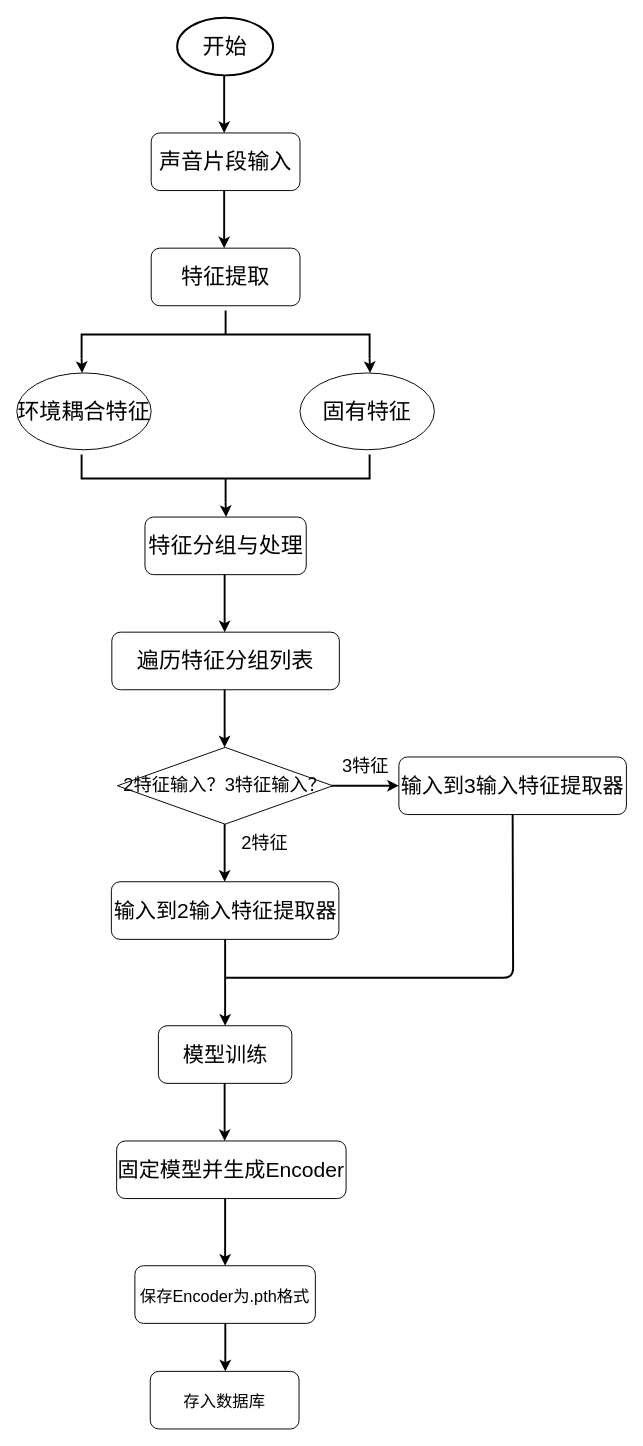
Earlier version of the draw.io diagram page "特征提取器流程图" (2 of 2) of 水下目标提取标书/流程图.drawio (Corner430/drawio). Source tidied: cells renumbered, new cells numbered last; positions are measured from the earlier drawing's top-left corner, leaving out a move shared by most shapes. Both pictures are drawn from the tidied source at 96%, with x=0, y=0 at pixel (16, 17).
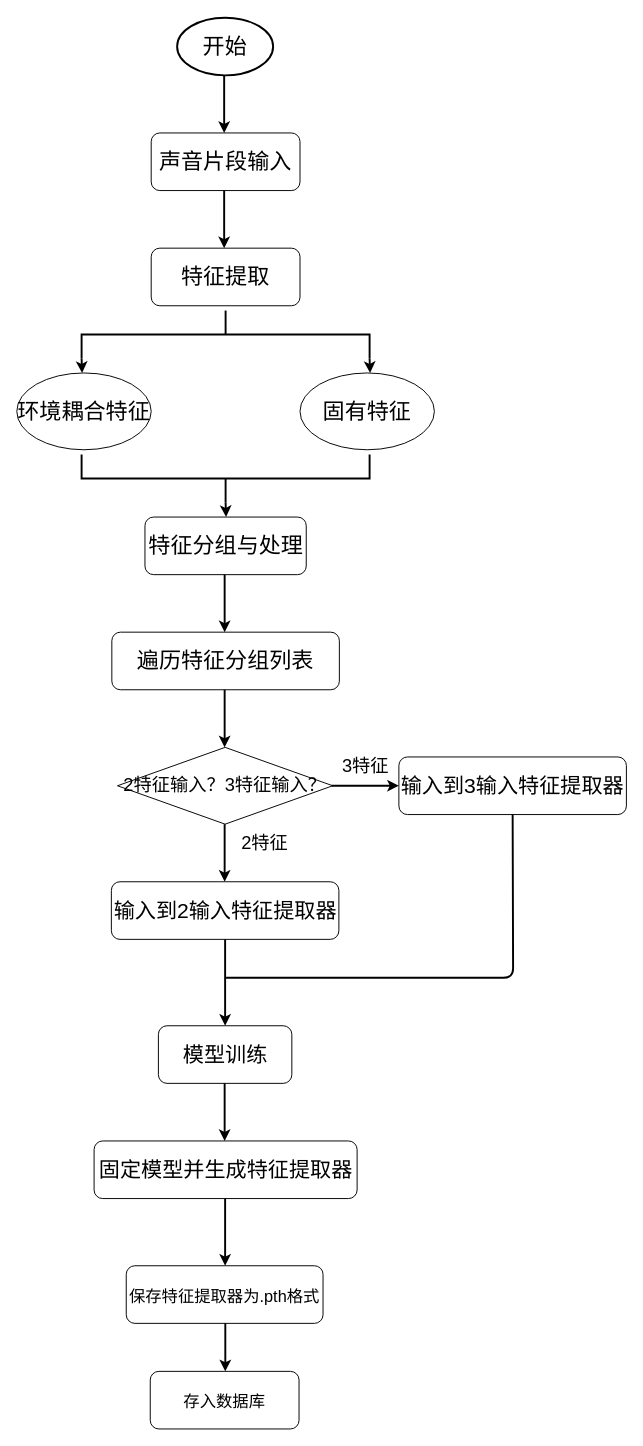
The same page after the edit.

What changed in the source:
```diff
@@
-    <mxCell id="15" value="&lt;font style=&quot;font-size: 17px;&quot;&gt;保存Encoder为.pth格式&lt;/font&gt;" style="rounded=1;whiteSpace=wrap;html=1;fontSize=23;" parent="1" vertex="1">
-      <mxGeometry x="123" y="1300" width="188" height="60" as="geometry" />
+    <mxCell id="15" value="&lt;font style=&quot;font-size: 17px;&quot;&gt;保存特征提取器为.pth格式&lt;/font&gt;" style="rounded=1;whiteSpace=wrap;html=1;fontSize=23;" parent="1" vertex="1">
+      <mxGeometry x="114" y="1300" width="205" height="60" as="geometry" />
     </mxCell>
@@
-    <mxCell id="32" value="&lt;font style=&quot;font-size: 22px;&quot;&gt;固定模型并生成Encoder&lt;/font&gt;" style="rounded=1;whiteSpace=wrap;html=1;fontSize=23;" parent="1" vertex="1">
-      <mxGeometry x="104" y="1170" width="239" height="60" as="geometry" />
+    <mxCell id="32" value="&lt;font style=&quot;font-size: 22px;&quot;&gt;固定模型并生成特征提取器&lt;/font&gt;" style="rounded=1;whiteSpace=wrap;html=1;fontSize=23;" parent="1" vertex="1">
+      <mxGeometry x="80.5" y="1170" width="274" height="60" as="geometry" />
     </mxCell>
```
